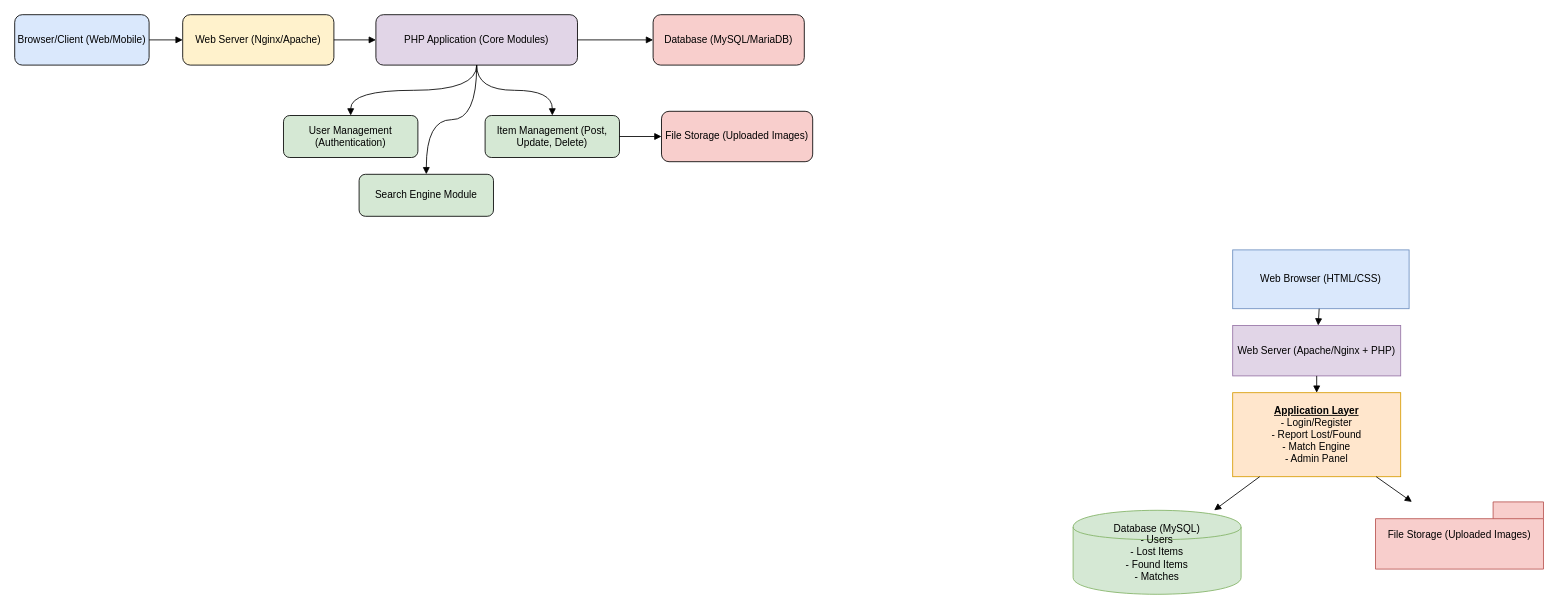
Before: WEDiagram.drawio in ahsansiddiqui2/ER_Diagram, a draw.io diagram. Source tidied: cells renumbered, new cells numbered last; positions are measured from the earlier drawing's top-left corner, leaving out a move shared by most shapes. Both pictures are drawn from the tidied source at 84%, with x=0, y=0 at pixel (14, 14).
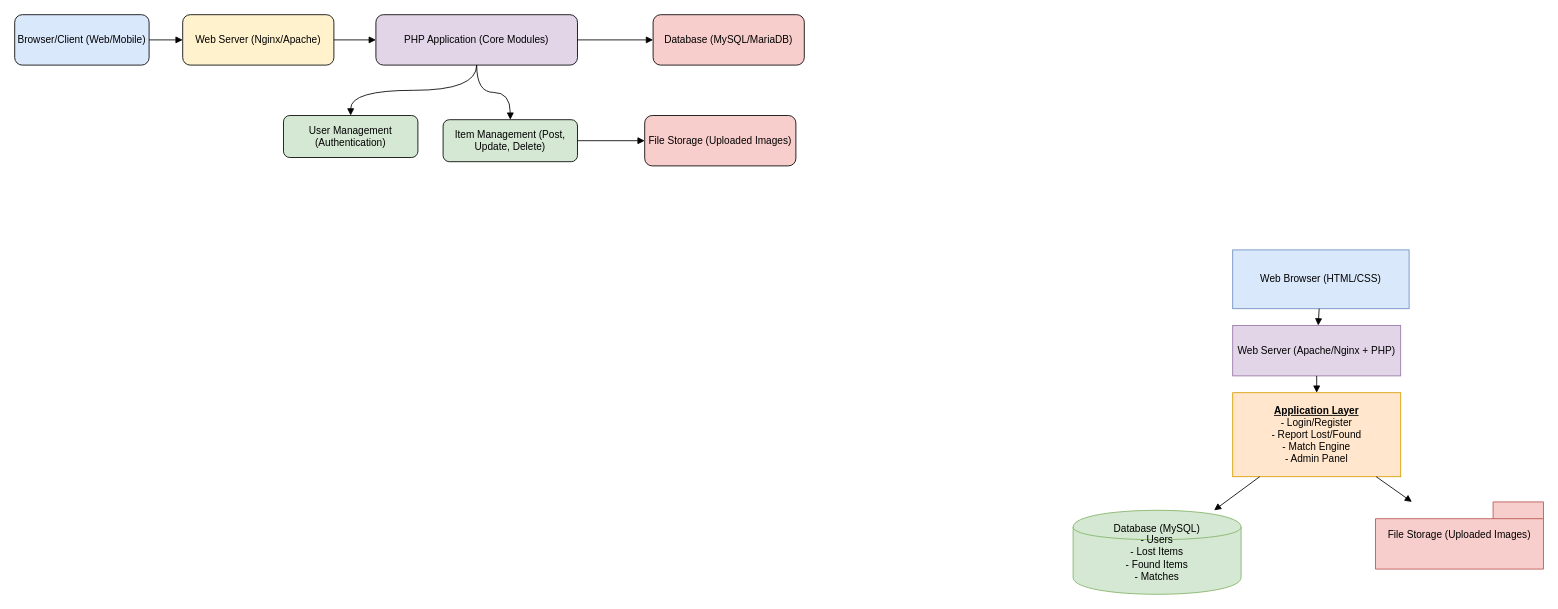
After the change.

The change refers to these unchanged cells:
```xml
<mxCell id="4" value="PHP Application (Core Modules)" style="rounded=1;whiteSpace=wrap;html=1;fillColor=#e1d5e7;" parent="1" vertex="1">
  <mxGeometry x="430" width="240" height="60" as="geometry" />
</mxCell>
```

The edit, as a diff of the source:
```diff
@@
     <mxCell id="6" value="Item Management (Post, Update, Delete)" style="rounded=1;whiteSpace=wrap;html=1;fillColor=#d5e8d4;" parent="1" vertex="1">
-      <mxGeometry x="560" y="120" width="160" height="50" as="geometry" />
+      <mxGeometry x="510" y="125" width="160" height="50" as="geometry" />
     </mxCell>
-    <mxCell id="7" value="Search Engine Module" style="rounded=1;whiteSpace=wrap;html=1;fillColor=#d5e8d4;" parent="1" vertex="1">
-      <mxGeometry x="410" y="190" width="160" height="50" as="geometry" />
-    </mxCell>
@@
     <mxCell id="9" value="File Storage (Uploaded Images)" style="rounded=1;whiteSpace=wrap;html=1;fillColor=#f8cecc;" parent="1" vertex="1">
-      <mxGeometry x="770" y="115" width="180" height="60" as="geometry" />
+      <mxGeometry x="750" y="120" width="180" height="60" as="geometry" />
     </mxCell>
@@
-    <mxCell id="15" style="edgeStyle=orthogonalEdgeStyle;rounded=0;jettySize=auto;html=1;endArrow=block;curved=1;" parent="1" edge="1" source="4" target="7">
-      <mxGeometry relative="1" as="geometry" />
-    </mxCell>
```
